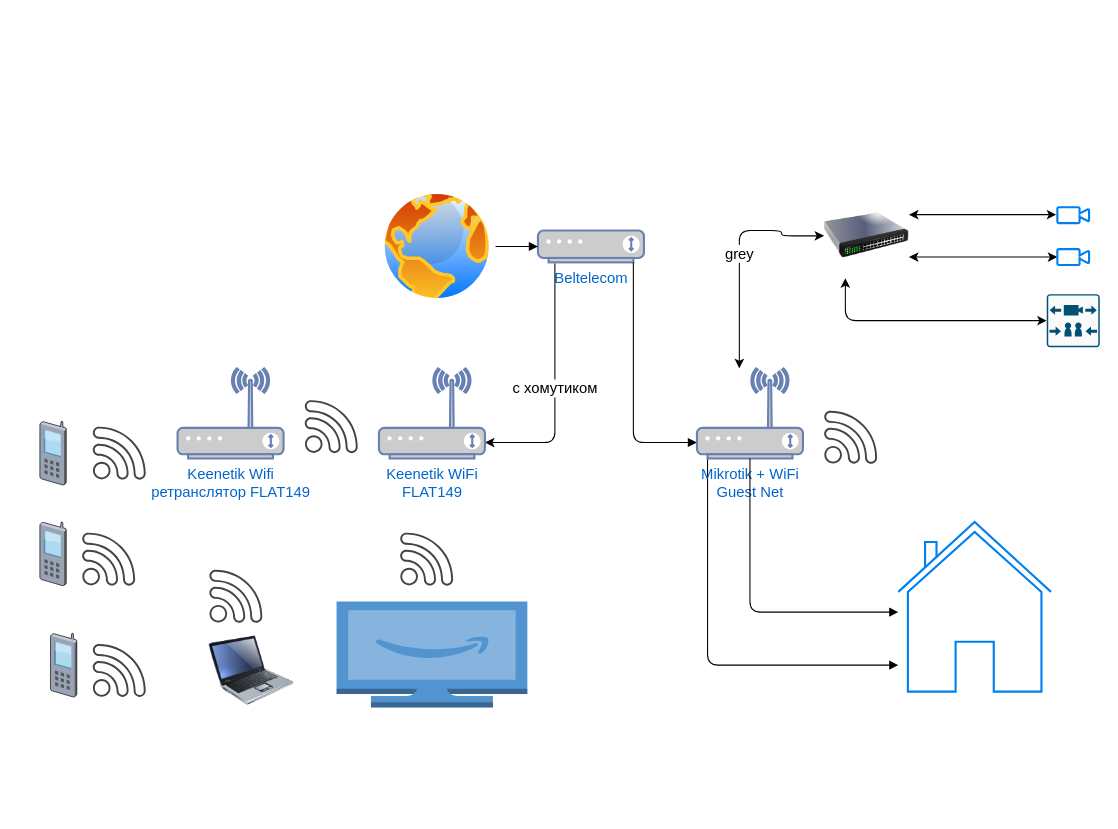
Earlier version of the draw.io diagram page "Page-3" (3 of 3) of Components.drawio (CallLoop/CL2-diagrams). Source tidied: cells renumbered, new cells numbered last; positions are measured from the earlier drawing's top-left corner, leaving out a move shared by most shapes. Both pictures are drawn from the tidied source at 106%, with x=0, y=0 at pixel (39, 188). Pictures stored in the file or linked from it are replaced by grey dashed boxes.
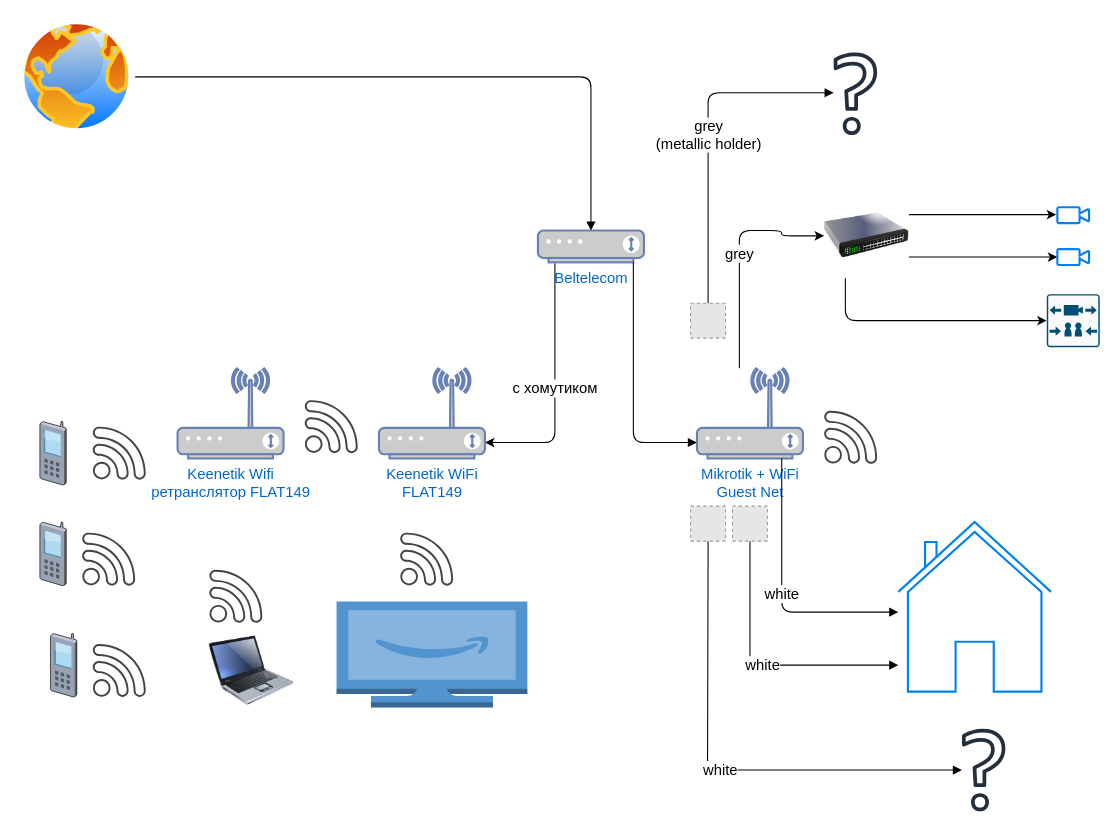
Above is the later version.

Unchanged cells that the change refers to:
```xml
<mxCell id="7" value="Mikrotik + WiFi&lt;br&gt;Guest Net" style="fontColor=#0066CC;verticalAlign=top;verticalLabelPosition=bottom;labelPosition=center;align=center;html=1;outlineConnect=0;fillColor=#CCCCCC;strokeColor=#6881B3;gradientColor=none;gradientDirection=north;strokeWidth=2;shape=mxgraph.networks.wireless_modem;fontSize=14;" parent="1" vertex="1">
  <mxGeometry x="620" y="170" width="100" height="85" as="geometry" />
</mxCell>
<mxCell id="21" style="sketch=0;points=[[0.015,0.015,0],[0.985,0.015,0],[0.985,0.985,0],[0.015,0.985,0],[0.25,0,0],[0.5,0,0],[0.75,0,0],[1,0.25,0],[1,0.5,0],[1,0.75,0],[0.75,1,0],[0.5,1,0],[0.25,1,0],[0,0.75,0],[0,0.5,0],[0,0.25,0]];verticalLabelPosition=bottom;html=1;verticalAlign=top;align=center;shape=mxgraph.cisco19.rect;prIcon=video_call_server;fillColor=#FAFAFA;strokeColor=#005073;fontSize=14;" parent="1" vertex="1">
  <mxGeometry x="950" y="100" width="50" height="50" as="geometry" />
</mxCell>
<mxCell id="22" style="html=1;verticalLabelPosition=bottom;align=center;labelBackgroundColor=#ffffff;verticalAlign=top;strokeWidth=2;strokeColor=#0080F0;shadow=0;dashed=0;shape=mxgraph.ios7.icons.video_conversation;fontSize=14;" parent="1" vertex="1">
  <mxGeometry x="960" y="18" width="30" height="15" as="geometry" />
</mxCell>
<mxCell id="25" style="image;html=1;image=img/lib/clip_art/networking/Switch_128x128.png;fontSize=14;" parent="1" vertex="1">
  <mxGeometry x="740" y="5" width="80" height="80" as="geometry" />
</mxCell>
<mxCell id="26" style="html=1;verticalLabelPosition=bottom;align=center;labelBackgroundColor=#ffffff;verticalAlign=top;strokeWidth=2;strokeColor=#0080F0;shadow=0;dashed=0;shape=mxgraph.ios7.icons.video_conversation;fontSize=14;" parent="1" vertex="1">
  <mxGeometry x="960" y="57.5" width="30" height="15" as="geometry" />
</mxCell>
<mxCell id="30" style="html=1;verticalLabelPosition=bottom;align=center;labelBackgroundColor=#ffffff;verticalAlign=top;strokeWidth=2;strokeColor=#0080F0;shadow=0;dashed=0;shape=mxgraph.ios7.icons.home;fontSize=14;" parent="1" vertex="1">
  <mxGeometry x="810" y="315" width="144" height="160" as="geometry" />
</mxCell>
```

Diff of the diagram source:
```diff
@@
-    <mxCell id="4" style="edgeStyle=orthogonalEdgeStyle;rounded=1;jettySize=auto;html=1;entryX=0;entryY=0.5;entryDx=0;entryDy=0;entryPerimeter=0;fontSize=14;startArrow=classic;startFill=1;exitX=0.25;exitY=1;exitDx=0;exitDy=0;" parent="1" edge="1" source="25" target="21">
+    <mxCell id="4" style="edgeStyle=orthogonalEdgeStyle;rounded=1;jettySize=auto;html=1;entryX=0;entryY=0.5;entryDx=0;entryDy=0;entryPerimeter=0;fontSize=14;startArrow=none;startFill=0;exitX=0.25;exitY=1;exitDx=0;exitDy=0;" parent="1" edge="1" source="25" target="21">
       <mxGeometry relative="1" as="geometry">
         <Array as="points">
           <mxPoint x="760" y="125" />
         </Array>
       </mxGeometry>
     </mxCell>
-    <mxCell id="5" value="grey" style="edgeStyle=orthogonalEdgeStyle;rounded=1;jettySize=auto;html=1;entryX=0;entryY=0.5;entryDx=0;entryDy=0;fontSize=14;startArrow=classic;startFill=1;" parent="1" edge="1" source="7" target="25">
+    <mxCell id="5" value="grey" style="edgeStyle=orthogonalEdgeStyle;rounded=1;jettySize=auto;html=1;entryX=0;entryY=0.5;entryDx=0;entryDy=0;fontSize=14;startArrow=none;startFill=0;" parent="1" edge="1" source="7" target="25">
       <mxGeometry relative="1" as="geometry">
         <Array as="points">
           <mxPoint x="660" y="40" />
           <mxPoint x="700" y="40" />
           <mxPoint x="700" y="45" />
         </Array>
       </mxGeometry>
     </mxCell>
-    <mxCell id="6" style="edgeStyle=orthogonalEdgeStyle;rounded=1;jettySize=auto;html=1;fontSize=14;startArrow=none;startFill=0;endArrow=block;endFill=1;" parent="1" edge="1" source="7" target="30">
+    <mxCell id="6" value="white" style="edgeStyle=orthogonalEdgeStyle;rounded=1;jettySize=auto;html=1;fontSize=14;startArrow=none;startFill=0;endArrow=block;endFill=1;exitX=0.5;exitY=1;exitDx=0;exitDy=0;" parent="1" edge="1" source="37" target="30">
       <mxGeometry relative="1" as="geometry">
         <Array as="points">
-          <mxPoint x="630" y="450" />
+          <mxPoint x="670" y="450" />
         </Array>
       </mxGeometry>
     </mxCell>
@@
-    <mxCell id="23" style="edgeStyle=orthogonalEdgeStyle;rounded=1;jettySize=auto;html=1;exitX=1;exitY=0.75;exitDx=0;exitDy=0;fontSize=14;startArrow=classic;startFill=1;" parent="1" edge="1" source="25" target="26">
+    <mxCell id="23" style="edgeStyle=orthogonalEdgeStyle;rounded=1;jettySize=auto;html=1;exitX=1;exitY=0.75;exitDx=0;exitDy=0;fontSize=14;startArrow=none;startFill=0;" parent="1" edge="1" source="25" target="26">
       <mxGeometry relative="1" as="geometry" />
     </mxCell>
-    <mxCell id="24" style="edgeStyle=orthogonalEdgeStyle;rounded=1;jettySize=auto;html=1;exitX=1;exitY=0.25;exitDx=0;exitDy=0;entryX=-0.033;entryY=0.467;entryDx=0;entryDy=0;entryPerimeter=0;fontSize=14;startArrow=classic;startFill=1;" parent="1" edge="1" source="25" target="22">
+    <mxCell id="24" style="edgeStyle=orthogonalEdgeStyle;rounded=1;jettySize=auto;html=1;exitX=1;exitY=0.25;exitDx=0;exitDy=0;entryX=-0.033;entryY=0.467;entryDx=0;entryDy=0;entryPerimeter=0;fontSize=14;startArrow=none;startFill=0;" parent="1" edge="1" source="25" target="22">
       <mxGeometry relative="1" as="geometry" />
     </mxCell>
@@
     <mxCell id="28" style="perimeter=ellipsePerimeter;html=1;align=center;shadow=0;dashed=0;spacingTop=3;image;image=img/lib/active_directory/internet_globe.svg;fontSize=14;" parent="1" vertex="1">
-      <mxGeometry x="320" width="110" height="110" as="geometry" />
+      <mxGeometry x="-20" y="-160" width="110" height="110" as="geometry" />
     </mxCell>
-    <mxCell id="29" style="edgeStyle=orthogonalEdgeStyle;rounded=1;jettySize=auto;html=1;fontSize=14;startArrow=none;startFill=0;endArrow=block;endFill=1;" parent="1" edge="1" source="7" target="30">
+    <mxCell id="29" value="white" style="edgeStyle=orthogonalEdgeStyle;rounded=1;jettySize=auto;html=1;fontSize=14;startArrow=none;startFill=0;endArrow=block;endFill=1;" parent="1" edge="1" source="7" target="30">
       <mxGeometry relative="1" as="geometry">
         <Array as="points">
-          <mxPoint x="670" y="400" />
+          <mxPoint x="700" y="400" />
         </Array>
       </mxGeometry>
     </mxCell>
@@
+    <mxCell id="33" value="white" style="edgeStyle=orthogonalEdgeStyle;rounded=1;jettySize=auto;html=1;fontSize=14;startArrow=none;startFill=0;endArrow=block;endFill=1;exitX=0.5;exitY=1;exitDx=0;exitDy=0;" parent="1" edge="1" source="36" target="34">
+      <mxGeometry relative="1" as="geometry">
+        <Array as="points">
+          <mxPoint x="630" y="343" />
+          <mxPoint x="630" y="550" />
+        </Array>
+      </mxGeometry>
+    </mxCell>
+    <mxCell id="34" style="sketch=0;outlineConnect=0;fontColor=#232F3E;gradientColor=none;fillColor=#232F3D;strokeColor=none;dashed=0;verticalLabelPosition=bottom;verticalAlign=top;align=center;html=1;fontSize=12;fontStyle=0;shape=mxgraph.aws4.question;" parent="1" vertex="1">
+      <mxGeometry x="870" y="510" width="41" height="78" as="geometry" />
+    </mxCell>
+    <mxCell id="35" style="sketch=0;outlineConnect=0;fontColor=#232F3E;gradientColor=none;fillColor=#232F3D;strokeColor=none;dashed=0;verticalLabelPosition=bottom;verticalAlign=top;align=center;html=1;fontSize=12;fontStyle=0;shape=mxgraph.aws4.question;" parent="1" vertex="1">
+      <mxGeometry x="749" y="-128" width="41" height="78" as="geometry" />
+    </mxCell>
+    <mxCell id="36" style="fillColor=#E6E6E6;strokeColor=#999999;dashed=1;html=1;verticalAlign=top;verticalLabelPosition=bottom;labelBackgroundColor=#ffffff;fontSize=14;" parent="1" vertex="1">
+      <mxGeometry x="614" y="300" width="33" height="33" as="geometry" />
+    </mxCell>
+    <mxCell id="37" style="fillColor=#E6E6E6;strokeColor=#999999;dashed=1;html=1;verticalAlign=top;verticalLabelPosition=bottom;labelBackgroundColor=#ffffff;fontSize=14;" parent="1" vertex="1">
+      <mxGeometry x="653.5" y="300" width="33" height="33" as="geometry" />
+    </mxCell>
+    <mxCell id="38" value="grey&lt;br&gt;(metallic holder)" style="edgeStyle=orthogonalEdgeStyle;rounded=1;jettySize=auto;html=1;exitX=0.5;exitY=0;exitDx=0;exitDy=0;fontSize=14;startArrow=none;startFill=0;endArrow=block;endFill=1;" parent="1" edge="1" source="39" target="35">
+      <mxGeometry relative="1" as="geometry">
+        <Array as="points">
+          <mxPoint x="631" y="-90" />
+        </Array>
+      </mxGeometry>
+    </mxCell>
+    <mxCell id="39" style="fillColor=#E6E6E6;strokeColor=#999999;dashed=1;html=1;verticalAlign=top;verticalLabelPosition=bottom;labelBackgroundColor=#ffffff;fontSize=14;" parent="1" vertex="1">
+      <mxGeometry x="614" y="108.5" width="33" height="33" as="geometry" />
+    </mxCell>
```
